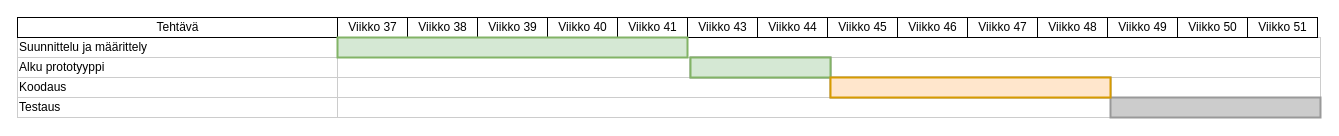
Above: gant kavvivivivivv.drawio in Babushkavodka666/Projekti-S24 (draw.io), before the change. Source tidied: cells renumbered, new cells numbered last; positions are measured from the earlier drawing's top-left corner, leaving out a move shared by most shapes. Both pictures are drawn from the tidied source at 100%, with x=0, y=0 at pixel (17, 17).
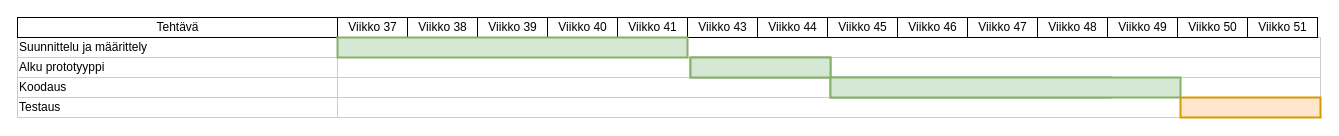
The same diagram, later.

Commit message:
Päivitetty Gantt-kaavio

Diff of the diagram source:
```diff
@@
-    <mxCell id="26" style="whiteSpace=wrap;html=1;strokeWidth=2;fillColor=#CCCCCC;gradientColor=none;fontSize=14;align=center;strokeColor=#999999;" parent="1" vertex="1">
-      <mxGeometry x="1093" y="80" width="210" height="20" as="geometry" />
+    <mxCell id="26" style="whiteSpace=wrap;html=1;strokeWidth=2;fillColor=#ffe6cc;fontSize=14;align=center;strokeColor=#d79b00;" parent="1" vertex="1">
+      <mxGeometry x="1163" y="80" width="140" height="20" as="geometry" />
     </mxCell>
@@
-    <mxCell id="31" style="whiteSpace=wrap;html=1;strokeWidth=2;fillColor=#ffe6cc;fontSize=14;align=center;strokeColor=#d79b00;" parent="1" vertex="1">
-      <mxGeometry x="813" y="60" width="280" height="20" as="geometry" />
+    <mxCell id="31" style="whiteSpace=wrap;html=1;strokeWidth=2;fillColor=#d5e8d4;fontSize=14;align=center;strokeColor=#82b366;" parent="1" vertex="1">
+      <mxGeometry x="813" y="60" width="350" height="20" as="geometry" />
     </mxCell>
```
